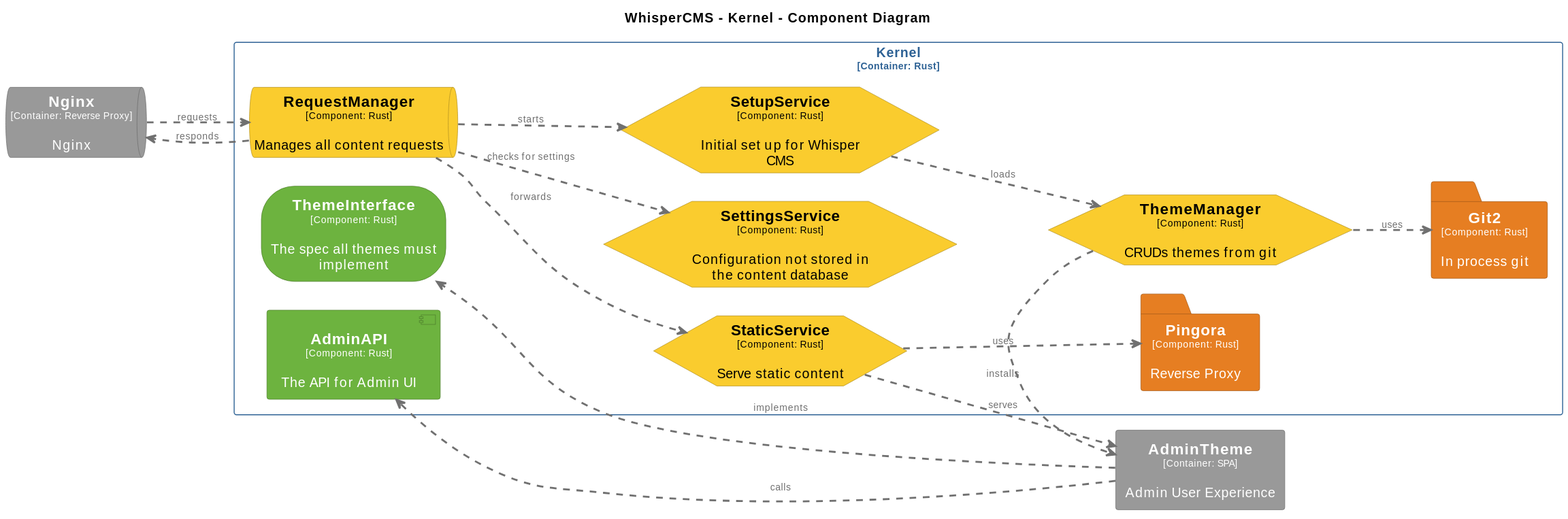
Above: docs/diagrams/structurizr-WhisperCMS-Component-Kernel.svg in CoderByBlood/whisper-cms (PlantUML), before the change. Its diagram source:
```plantuml
@startuml
set separator none
title WhisperCMS - Kernel - Component Diagram

left to right direction
skinparam ranksep 60
skinparam nodesep 30

skinparam {
  arrowFontSize 10
  defaultTextAlignment center
  wrapWidth 200
  maxMessageSize 100
}

hide stereotype

skinparam component<<WhisperCMS.Kernel.AdminAPI>> {
  BackgroundColor #6db33f
  FontColor #ffffff
  BorderColor #4c7d2c
  shadowing false
}
skinparam rectangle<<WhisperCMS.AdminTheme>> {
  BackgroundColor #999999
  FontColor #ffffff
  BorderColor #6b6b6b
  shadowing false
}
skinparam folder<<WhisperCMS.Kernel.Git2>> {
  BackgroundColor #e67e22
  FontColor #ffffff
  BorderColor #a15817
  shadowing false
}
skinparam queue<<WhisperCMS.Nginx>> {
  BackgroundColor #999999
  FontColor #ffffff
  BorderColor #6b6b6b
  shadowing false
}
skinparam folder<<WhisperCMS.Kernel.Pingora>> {
  BackgroundColor #e67e22
  FontColor #ffffff
  BorderColor #a15817
  shadowing false
}
skinparam queue<<WhisperCMS.Kernel.RequestManager>> {
  BackgroundColor #facc2e
  FontColor #000000
  BorderColor #af8e20
  shadowing false
}
skinparam hexagon<<WhisperCMS.Kernel.SettingsService>> {
  BackgroundColor #facc2e
  FontColor #000000
  BorderColor #af8e20
  shadowing false
}
skinparam hexagon<<WhisperCMS.Kernel.SetupService>> {
  BackgroundColor #facc2e
  FontColor #000000
  BorderColor #af8e20
  shadowing false
}
skinparam hexagon<<WhisperCMS.Kernel.StaticService>> {
  BackgroundColor #facc2e
  FontColor #000000
  BorderColor #af8e20
  shadowing false
}
skinparam storage<<WhisperCMS.Kernel.ThemeInterface>> {
  BackgroundColor #6db33f
  FontColor #ffffff
  BorderColor #4c7d2c
  shadowing false
}
skinparam hexagon<<WhisperCMS.Kernel.ThemeManager>> {
  BackgroundColor #facc2e
  FontColor #000000
  BorderColor #af8e20
  shadowing false
}
skinparam rectangle<<WhisperCMS.Kernel>> {
  BorderColor #2e6295
  FontColor #2e6295
  shadowing false
}

rectangle "==AdminTheme\n<size:10>[Container: SPA]</size>\n\nAdmin User Experience" <<WhisperCMS.AdminTheme>> as WhisperCMS.AdminTheme
queue "==Nginx\n<size:10>[Container: Reverse Proxy]</size>\n\nNginx" <<WhisperCMS.Nginx>> as WhisperCMS.Nginx

rectangle "Kernel\n<size:10>[Container: Rust]</size>" <<WhisperCMS.Kernel>> {
  hexagon "==ThemeManager\n<size:10>[Component: Rust]</size>\n\nCRUDs themes from git" <<WhisperCMS.Kernel.ThemeManager>> as WhisperCMS.Kernel.ThemeManager
  folder "==Pingora\n<size:10>[Component: Rust]</size>\n\nReverse Proxy" <<WhisperCMS.Kernel.Pingora>> as WhisperCMS.Kernel.Pingora
  folder "==Git2\n<size:10>[Component: Rust]</size>\n\nIn process git" <<WhisperCMS.Kernel.Git2>> as WhisperCMS.Kernel.Git2
  storage "==ThemeInterface\n<size:10>[Component: Rust]</size>\n\nThe spec all themes must implement" <<WhisperCMS.Kernel.ThemeInterface>> as WhisperCMS.Kernel.ThemeInterface
  component "==AdminAPI\n<size:10>[Component: Rust]</size>\n\nThe API for Admin UI" <<WhisperCMS.Kernel.AdminAPI>> as WhisperCMS.Kernel.AdminAPI
  hexagon "==StaticService\n<size:10>[Component: Rust]</size>\n\nServe static content" <<WhisperCMS.Kernel.StaticService>> as WhisperCMS.Kernel.StaticService
  hexagon "==SettingsService\n<size:10>[Component: Rust]</size>\n\nConfiguration not stored in the content database" <<WhisperCMS.Kernel.SettingsService>> as WhisperCMS.Kernel.SettingsService
  hexagon "==SetupService\n<size:10>[Component: Rust]</size>\n\nInitial set up for Whisper CMS" <<WhisperCMS.Kernel.SetupService>> as WhisperCMS.Kernel.SetupService
  queue "==RequestManager\n<size:10>[Component: Rust]</size>\n\nManages all content requests" <<WhisperCMS.Kernel.RequestManager>> as WhisperCMS.Kernel.RequestManager
}

WhisperCMS.Kernel.SetupService .[#707070,thickness=2].> WhisperCMS.Kernel.ThemeManager : "<color:#707070>loads"
WhisperCMS.Kernel.RequestManager .[#707070,thickness=2].> WhisperCMS.Kernel.SettingsService : "<color:#707070>checks for settings"
WhisperCMS.Kernel.RequestManager .[#707070,thickness=2].> WhisperCMS.Kernel.SetupService : "<color:#707070>starts"
WhisperCMS.Kernel.RequestManager .[#707070,thickness=2].> WhisperCMS.Kernel.StaticService : "<color:#707070>forwards"
WhisperCMS.Kernel.StaticService .[#707070,thickness=2].> WhisperCMS.Kernel.Pingora : "<color:#707070>uses"
WhisperCMS.Kernel.ThemeManager .[#707070,thickness=2].> WhisperCMS.Kernel.Git2 : "<color:#707070>uses"
WhisperCMS.AdminTheme .[#707070,thickness=2].> WhisperCMS.Kernel.ThemeInterface : "<color:#707070>implements"
WhisperCMS.AdminTheme .[#707070,thickness=2].> WhisperCMS.Kernel.AdminAPI : "<color:#707070>calls"
WhisperCMS.Kernel.StaticService .[#707070,thickness=2].> WhisperCMS.AdminTheme : "<color:#707070>serves"
WhisperCMS.Kernel.ThemeManager .[#707070,thickness=2].> WhisperCMS.AdminTheme : "<color:#707070>installs"
WhisperCMS.Nginx .[#707070,thickness=2].> WhisperCMS.Kernel.RequestManager : "<color:#707070>requests"
WhisperCMS.Kernel.RequestManager .[#707070,thickness=2].> WhisperCMS.Nginx : "<color:#707070>responds"
@enduml
```
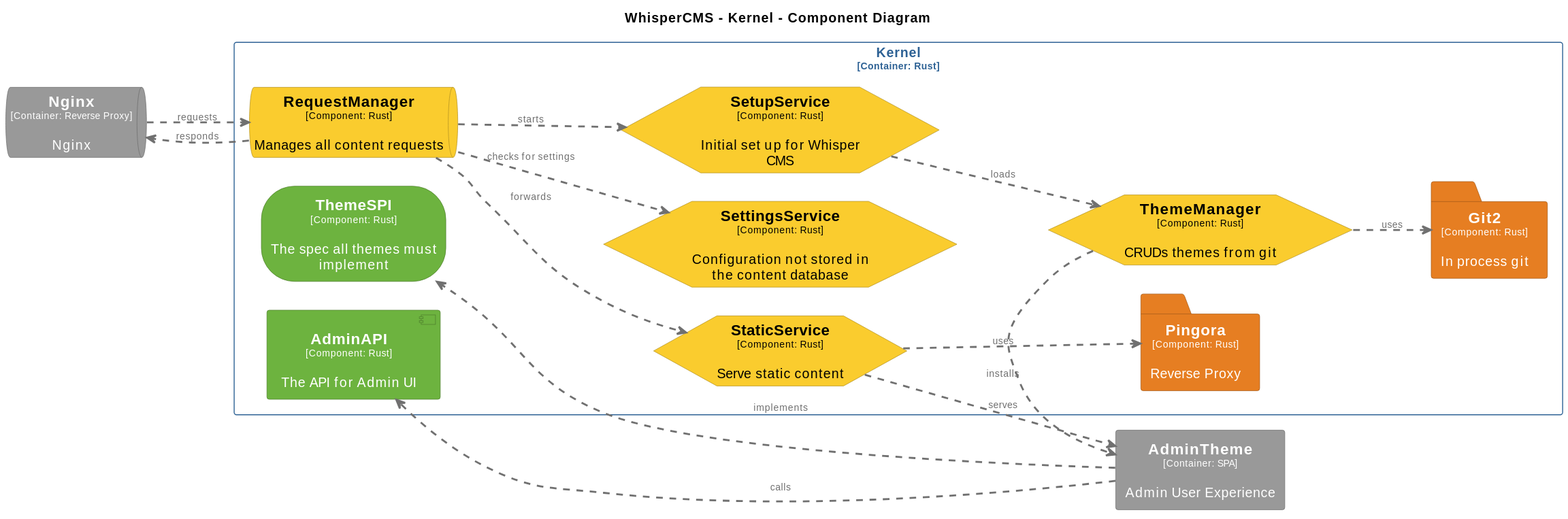
After the change.

The edit, as a diff of the source:
```diff
@@ -69,16 +69,16 @@
   BorderColor #af8e20
   shadowing false
 }
-skinparam storage<<WhisperCMS.Kernel.ThemeInterface>> {
-  BackgroundColor #6db33f
-  FontColor #ffffff
-  BorderColor #4c7d2c
-  shadowing false
-}
 skinparam hexagon<<WhisperCMS.Kernel.ThemeManager>> {
   BackgroundColor #facc2e
   FontColor #000000
   BorderColor #af8e20
+  shadowing false
+}
+skinparam storage<<WhisperCMS.Kernel.ThemeSPI>> {
+  BackgroundColor #6db33f
+  FontColor #ffffff
+  BorderColor #4c7d2c
   shadowing false
 }
 skinparam rectangle<<WhisperCMS.Kernel>> {
@@ -94,7 +94,7 @@
   hexagon "==ThemeManager\n<size:10>[Component: Rust]</size>\n\nCRUDs themes from git" <<WhisperCMS.Kernel.ThemeManager>> as WhisperCMS.Kernel.ThemeManager
   folder "==Pingora\n<size:10>[Component: Rust]</size>\n\nReverse Proxy" <<WhisperCMS.Kernel.Pingora>> as WhisperCMS.Kernel.Pingora
   folder "==Git2\n<size:10>[Component: Rust]</size>\n\nIn process git" <<WhisperCMS.Kernel.Git2>> as WhisperCMS.Kernel.Git2
-  storage "==ThemeInterface\n<size:10>[Component: Rust]</size>\n\nThe spec all themes must implement" <<WhisperCMS.Kernel.ThemeInterface>> as WhisperCMS.Kernel.ThemeInterface
+  storage "==ThemeSPI\n<size:10>[Component: Rust]</size>\n\nThe spec all themes must implement" <<WhisperCMS.Kernel.ThemeSPI>> as WhisperCMS.Kernel.ThemeSPI
   component "==AdminAPI\n<size:10>[Component: Rust]</size>\n\nThe API for Admin UI" <<WhisperCMS.Kernel.AdminAPI>> as WhisperCMS.Kernel.AdminAPI
   hexagon "==StaticService\n<size:10>[Component: Rust]</size>\n\nServe static content" <<WhisperCMS.Kernel.StaticService>> as WhisperCMS.Kernel.StaticService
   hexagon "==SettingsService\n<size:10>[Component: Rust]</size>\n\nConfiguration not stored in the content database" <<WhisperCMS.Kernel.SettingsService>> as WhisperCMS.Kernel.SettingsService
@@ -108,7 +108,7 @@
 WhisperCMS.Kernel.RequestManager .[#707070,thickness=2].> WhisperCMS.Kernel.StaticService : "<color:#707070>forwards"
 WhisperCMS.Kernel.StaticService .[#707070,thickness=2].> WhisperCMS.Kernel.Pingora : "<color:#707070>uses"
 WhisperCMS.Kernel.ThemeManager .[#707070,thickness=2].> WhisperCMS.Kernel.Git2 : "<color:#707070>uses"
-WhisperCMS.AdminTheme .[#707070,thickness=2].> WhisperCMS.Kernel.ThemeInterface : "<color:#707070>implements"
+WhisperCMS.AdminTheme .[#707070,thickness=2].> WhisperCMS.Kernel.ThemeSPI : "<color:#707070>implements"
 WhisperCMS.AdminTheme .[#707070,thickness=2].> WhisperCMS.Kernel.AdminAPI : "<color:#707070>calls"
 WhisperCMS.Kernel.StaticService .[#707070,thickness=2].> WhisperCMS.AdminTheme : "<color:#707070>serves"
 WhisperCMS.Kernel.ThemeManager .[#707070,thickness=2].> WhisperCMS.AdminTheme : "<color:#707070>installs"
```
